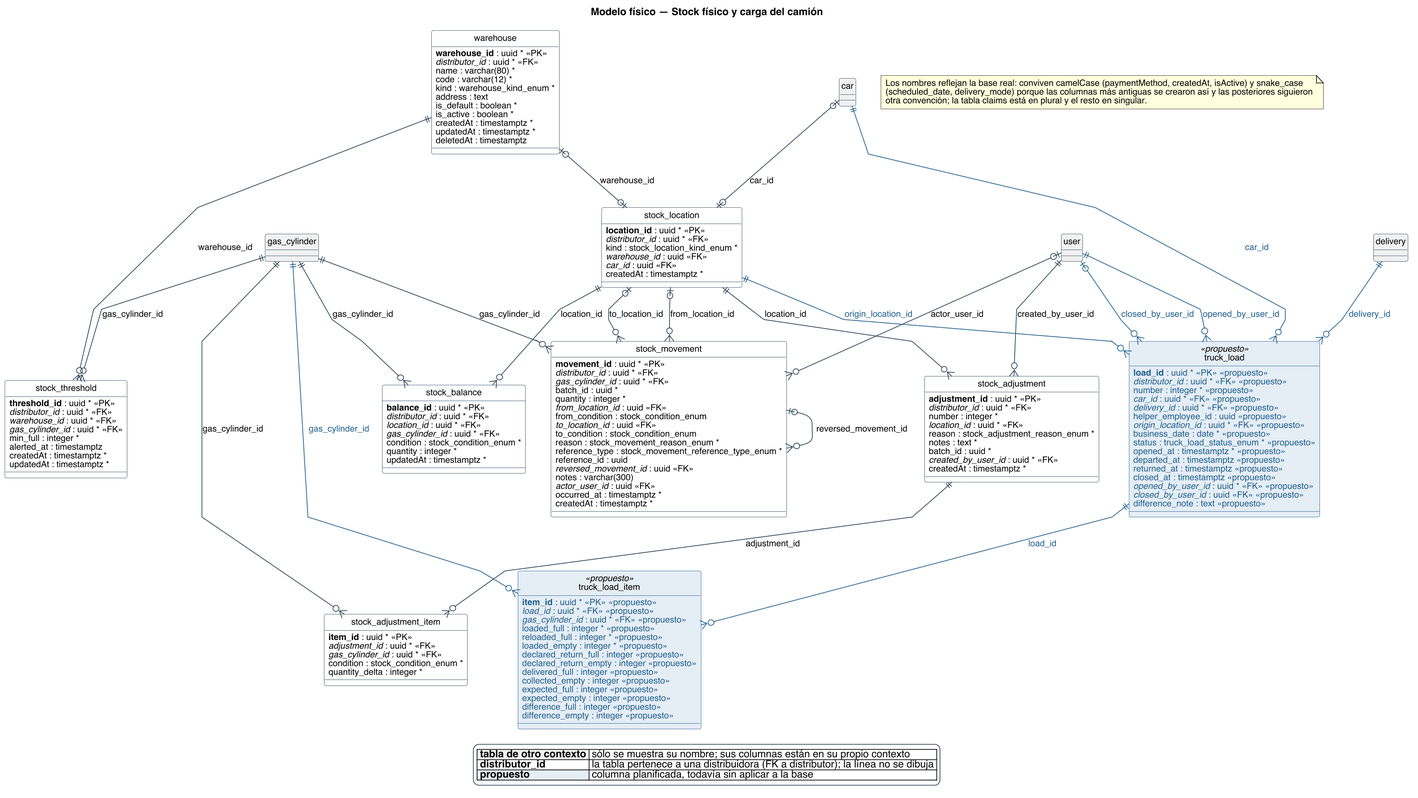
Earlier version of the PlantUML export diagramas/base-de-datos/fisico/SPLG-fisico-11-stock-fisico-y-carga-del-camion.png (Nahuelito-Dev/splg-docs).
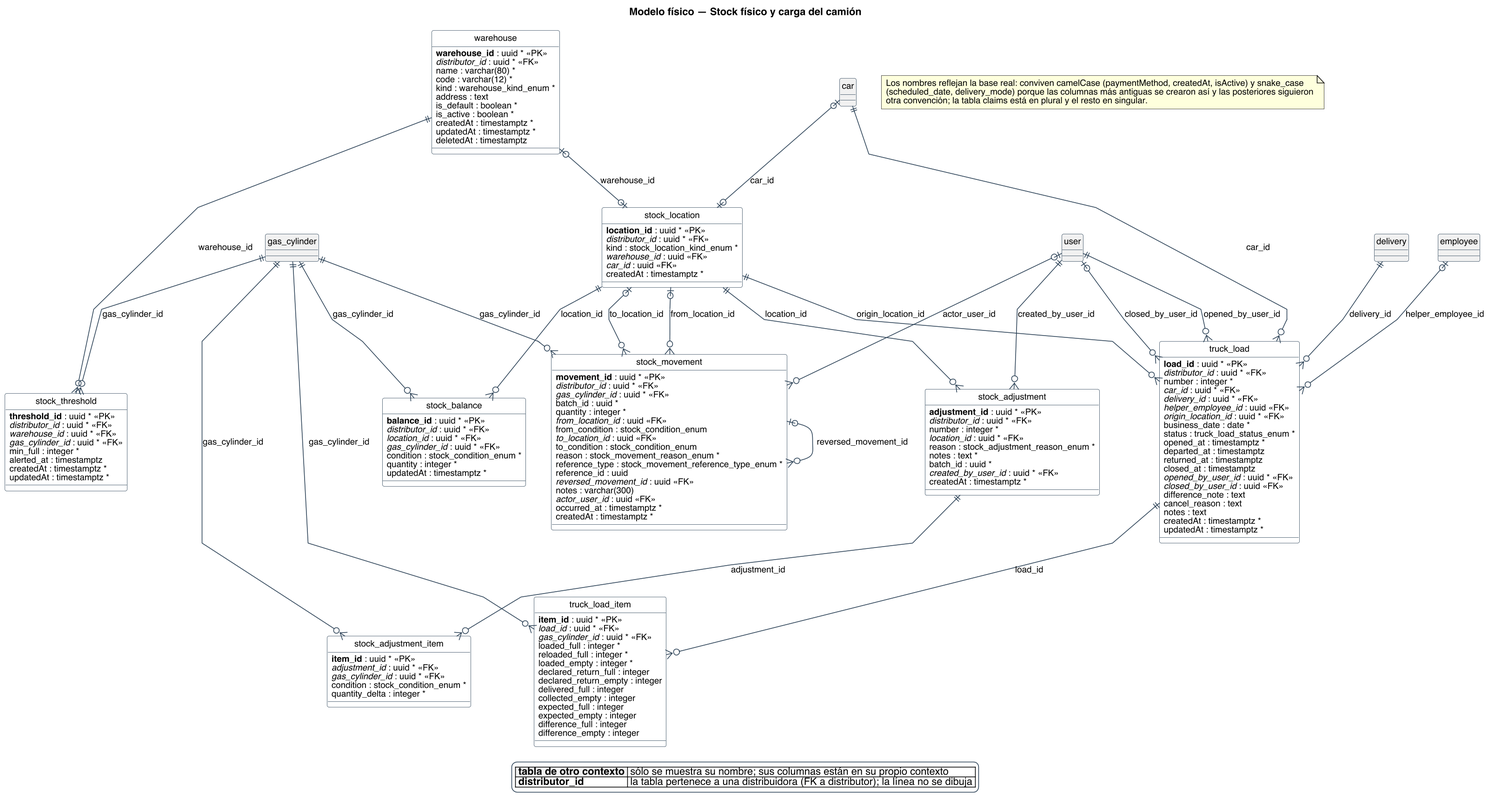
The same file after the commit.

What changed in the source:
```diff
@@ -100,23 +100,27 @@
   {field} occurred_at : timestamptz *
   {field} createdAt : timestamptz *
 }
-entity "truck_load" as e_truck_load <<propuesto>> {
-  {field} <color:#1F5E8C>**load_id** : uuid * <<PK>> <<propuesto>></color>
-  {field} <color:#1F5E8C>//distributor_id// : uuid * <<FK>> <<propuesto>></color>
-  {field} <color:#1F5E8C>number : integer * <<propuesto>></color>
-  {field} <color:#1F5E8C>//car_id// : uuid * <<FK>> <<propuesto>></color>
-  {field} <color:#1F5E8C>//delivery_id// : uuid * <<FK>> <<propuesto>></color>
-  {field} <color:#1F5E8C>helper_employee_id : uuid <<propuesto>></color>
-  {field} <color:#1F5E8C>//origin_location_id// : uuid * <<FK>> <<propuesto>></color>
-  {field} <color:#1F5E8C>business_date : date * <<propuesto>></color>
-  {field} <color:#1F5E8C>status : truck_load_status_enum * <<propuesto>></color>
-  {field} <color:#1F5E8C>opened_at : timestamptz * <<propuesto>></color>
-  {field} <color:#1F5E8C>departed_at : timestamptz <<propuesto>></color>
-  {field} <color:#1F5E8C>returned_at : timestamptz <<propuesto>></color>
-  {field} <color:#1F5E8C>closed_at : timestamptz <<propuesto>></color>
-  {field} <color:#1F5E8C>//opened_by_user_id// : uuid * <<FK>> <<propuesto>></color>
-  {field} <color:#1F5E8C>//closed_by_user_id// : uuid <<FK>> <<propuesto>></color>
-  {field} <color:#1F5E8C>difference_note : text <<propuesto>></color>
+entity "truck_load" as e_truck_load {
+  {field} **load_id** : uuid * <<PK>>
+  {field} //distributor_id// : uuid * <<FK>>
+  {field} number : integer *
+  {field} //car_id// : uuid * <<FK>>
+  {field} //delivery_id// : uuid * <<FK>>
+  {field} //helper_employee_id// : uuid <<FK>>
+  {field} //origin_location_id// : uuid * <<FK>>
+  {field} business_date : date *
+  {field} status : truck_load_status_enum *
+  {field} opened_at : timestamptz *
+  {field} departed_at : timestamptz
+  {field} returned_at : timestamptz
+  {field} closed_at : timestamptz
+  {field} //opened_by_user_id// : uuid * <<FK>>
+  {field} //closed_by_user_id// : uuid <<FK>>
+  {field} difference_note : text
+  {field} cancel_reason : text
+  {field} notes : text
+  {field} createdAt : timestamptz *
+  {field} updatedAt : timestamptz *
 }
 entity "stock_adjustment_item" as e_stock_adjustment_item {
   {field} **item_id** : uuid * <<PK>>
@@ -125,21 +129,21 @@
   {field} condition : stock_condition_enum *
   {field} quantity_delta : integer *
 }
-entity "truck_load_item" as e_truck_load_item <<propuesto>> {
-  {field} <color:#1F5E8C>**item_id** : uuid * <<PK>> <<propuesto>></color>
-  {field} <color:#1F5E8C>//load_id// : uuid * <<FK>> <<propuesto>></color>
-  {field} <color:#1F5E8C>//gas_cylinder_id// : uuid * <<FK>> <<propuesto>></color>
-  {field} <color:#1F5E8C>loaded_full : integer * <<propuesto>></color>
-  {field} <color:#1F5E8C>reloaded_full : integer * <<propuesto>></color>
-  {field} <color:#1F5E8C>loaded_empty : integer * <<propuesto>></color>
-  {field} <color:#1F5E8C>declared_return_full : integer <<propuesto>></color>
-  {field} <color:#1F5E8C>declared_return_empty : integer <<propuesto>></color>
-  {field} <color:#1F5E8C>delivered_full : integer <<propuesto>></color>
-  {field} <color:#1F5E8C>collected_empty : integer <<propuesto>></color>
-  {field} <color:#1F5E8C>expected_full : integer <<propuesto>></color>
-  {field} <color:#1F5E8C>expected_empty : integer <<propuesto>></color>
-  {field} <color:#1F5E8C>difference_full : integer <<propuesto>></color>
-  {field} <color:#1F5E8C>difference_empty : integer <<propuesto>></color>
+entity "truck_load_item" as e_truck_load_item {
+  {field} **item_id** : uuid * <<PK>>
+  {field} //load_id// : uuid * <<FK>>
+  {field} //gas_cylinder_id// : uuid * <<FK>>
+  {field} loaded_full : integer *
+  {field} reloaded_full : integer *
+  {field} loaded_empty : integer *
+  {field} declared_return_full : integer
+  {field} declared_return_empty : integer
+  {field} delivered_full : integer
+  {field} collected_empty : integer
+  {field} expected_full : integer
+  {field} expected_empty : integer
+  {field} difference_full : integer
+  {field} difference_empty : integer
 }
 entity "gas_cylinder" as e_gas_cylinder #F1F1F1 {
 }
@@ -148,6 +152,8 @@
 entity "user" as e_user #F1F1F1 {
 }
 entity "delivery" as e_delivery #F1F1F1 {
+}
+entity "employee" as e_employee #F1F1F1 {
 }
 
 e_gas_cylinder ||--o{ e_stock_threshold : gas_cylinder_id
@@ -163,20 +169,20 @@
 e_gas_cylinder ||--o{ e_stock_movement : gas_cylinder_id
 e_stock_movement |o--o{ e_stock_movement : reversed_movement_id
 e_stock_location |o--o{ e_stock_movement : to_location_id
-e_car ||--o{ e_truck_load #line:1F5E8C;text:1F5E8C : car_id
-e_delivery ||--o{ e_truck_load #line:1F5E8C;text:1F5E8C : delivery_id
-e_stock_location ||--o{ e_truck_load #line:1F5E8C;text:1F5E8C : origin_location_id
-e_user ||--o{ e_truck_load #line:1F5E8C;text:1F5E8C : opened_by_user_id
-e_user |o--o{ e_truck_load #line:1F5E8C;text:1F5E8C : closed_by_user_id
+e_car ||--o{ e_truck_load : car_id
+e_user |o--o{ e_truck_load : closed_by_user_id
+e_delivery ||--o{ e_truck_load : delivery_id
+e_employee |o--o{ e_truck_load : helper_employee_id
+e_user ||--o{ e_truck_load : opened_by_user_id
+e_stock_location ||--o{ e_truck_load : origin_location_id
 e_stock_adjustment ||--o{ e_stock_adjustment_item : adjustment_id
 e_gas_cylinder ||--o{ e_stock_adjustment_item : gas_cylinder_id
-e_truck_load ||--o{ e_truck_load_item #line:1F5E8C;text:1F5E8C : load_id
-e_gas_cylinder ||--o{ e_truck_load_item #line:1F5E8C;text:1F5E8C : gas_cylinder_id
+e_gas_cylinder ||--o{ e_truck_load_item : gas_cylinder_id
+e_truck_load ||--o{ e_truck_load_item : load_id
 
 legend bottom
 |<#F1F1F1> **tabla de otro contexto** | sólo se muestra su nombre; sus columnas están en su propio contexto |
 |<#FFFFFF> **distributor_id** | la tabla pertenece a una distribuidora (FK a distributor); la línea no se dibuja |
-|<#E4EDF4> **propuesto** | columna planificada, todavía sin aplicar a la base |
 endlegend
 note as N
   Los nombres reflejan la base real: conviven camelCase (paymentMethod, createdAt, isActive) y snake_case
```
